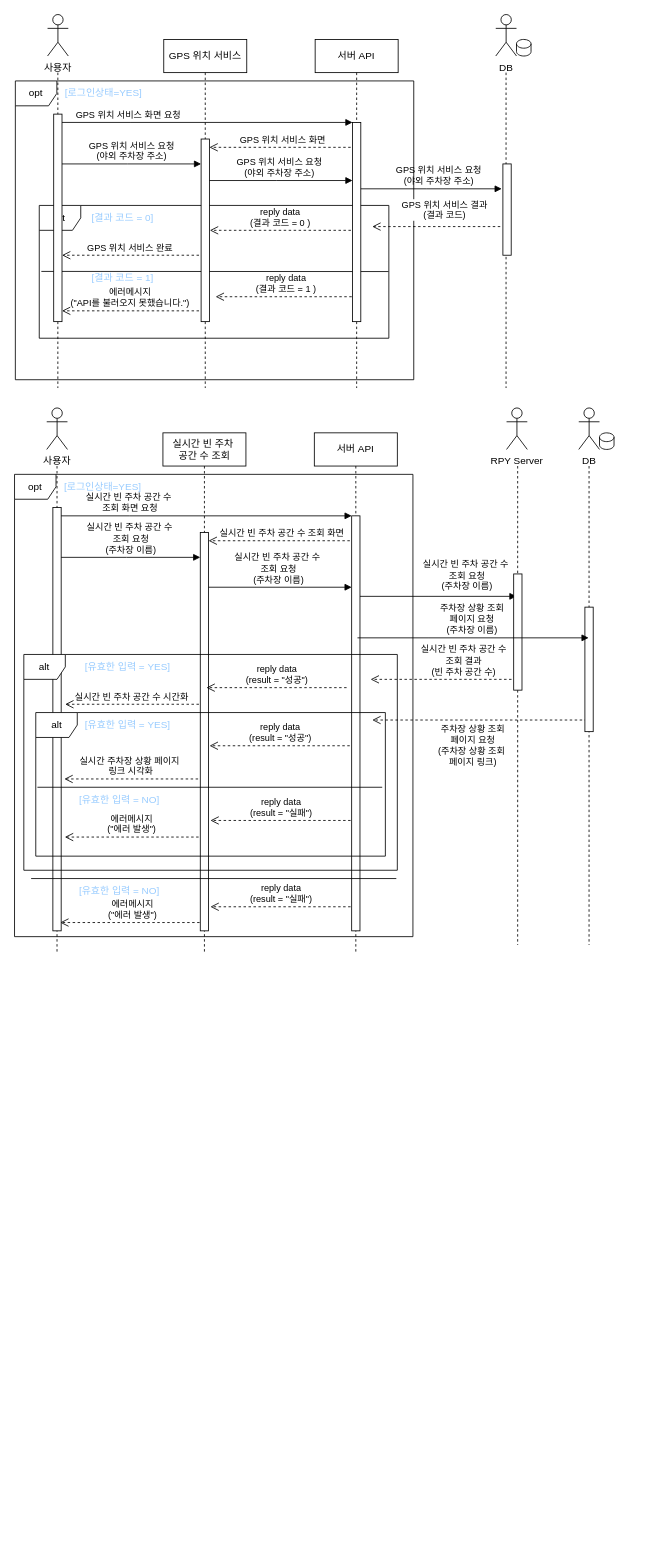
Earlier version of the draw.io diagram page "사용자 12, 13, 14" (1 of 4) of 시퀀스다이어그램 틀_opt.drawio (hyun10144/Lecture3-1). Source tidied: cells renumbered, new cells numbered last; positions are measured from the earlier drawing's top-left corner, leaving out a move shared by most shapes. Both pictures are drawn from the tidied source at 83%, with x=0, y=0 at pixel (14, 14).
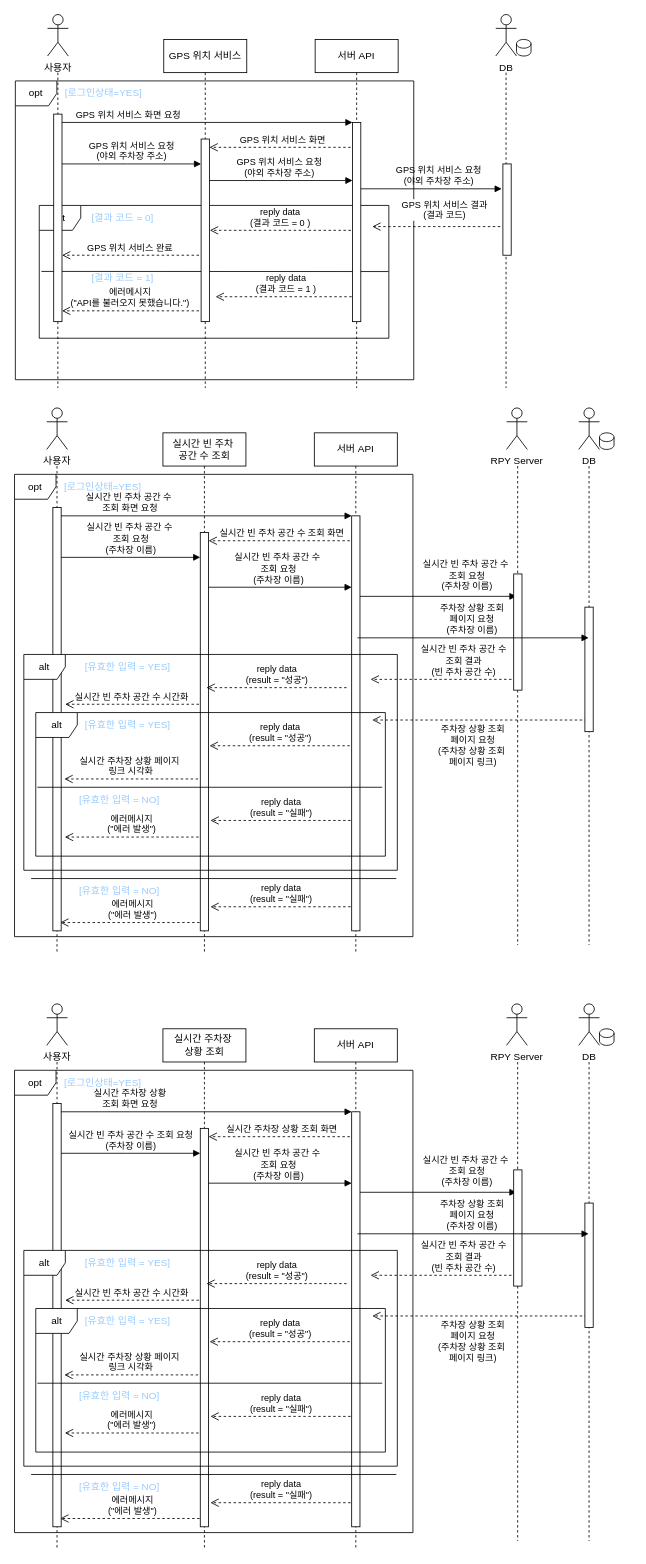
The same diagram, later.

Commit message (it also covers changes not shown here):
시퀀스다이어그램 틀_opt.drawio 업데이트

Change to the diagram source:
```diff
@@
+    <mxCell id="69" value="에러메시지&lt;div&gt;(&quot;에러 발생&quot;)&lt;/div&gt;" style="html=1;verticalAlign=bottom;endArrow=open;dashed=1;endSize=8;edgeStyle=elbowEdgeStyle;elbow=vertical;curved=0;rounded=0;entryX=0.498;entryY=0.932;entryDx=0;entryDy=0;entryPerimeter=0;" parent="1" edge="1">
+      <mxGeometry relative="1" as="geometry">
+        <mxPoint x="229" y="1812" as="sourcePoint" />
+        <mxPoint x="55" y="1812.1" as="targetPoint" />
+        <Array as="points">
+          <mxPoint x="154" y="1812" />
+        </Array>
+      </mxGeometry>
+    </mxCell>
+    <mxCell id="70" value="주차장 상황 조회&lt;div&gt;페이지 요청&lt;div&gt;(주차장 상황 조회&amp;nbsp;&lt;/div&gt;&lt;div&gt;페이지 링크)&lt;/div&gt;&lt;/div&gt;" style="html=1;verticalAlign=bottom;endArrow=open;dashed=1;endSize=8;edgeStyle=elbowEdgeStyle;elbow=vertical;curved=0;rounded=0;" parent="1" edge="1">
+      <mxGeometry x="0.09" y="60" relative="1" as="geometry">
+        <mxPoint x="695.9" y="1568" as="sourcePoint" />
+        <mxPoint x="431" y="1568" as="targetPoint" />
+        <Array as="points">
+          <mxPoint x="575.6" y="1568" />
+        </Array>
+      </mxGeometry>
+    </mxCell>
+    <mxCell id="71" value="실시간 빈 주차 공간 수&lt;div&gt;조회 결과&lt;br&gt;&lt;div&gt;&lt;div&gt;(빈 주차 공간 수)&lt;/div&gt;&lt;/div&gt;&lt;/div&gt;" style="html=1;verticalAlign=bottom;endArrow=open;dashed=1;endSize=8;edgeStyle=elbowEdgeStyle;elbow=vertical;curved=0;rounded=0;" parent="1" edge="1">
+      <mxGeometry x="-0.27" relative="1" as="geometry">
+        <mxPoint x="604.8" y="1519" as="sourcePoint" />
+        <mxPoint x="429" y="1519.5" as="targetPoint" />
+        <Array as="points">
+          <mxPoint x="508.2" y="1519" />
+        </Array>
+      </mxGeometry>
+    </mxCell>
+    <mxCell id="72" value="실시간 빈 주차 공간 수&amp;nbsp;&lt;div&gt;조회 요청&lt;/div&gt;&lt;div&gt;(주차장 이름)&lt;/div&gt;" style="html=1;verticalAlign=bottom;endArrow=block;edgeStyle=elbowEdgeStyle;elbow=horizontal;curved=0;rounded=0;" parent="1" edge="1">
+      <mxGeometry x="0.38" y="3" relative="1" as="geometry">
+        <mxPoint x="413.2" y="1419" as="sourcePoint" />
+        <mxPoint x="604.8" y="1419" as="targetPoint" />
+        <Array as="points">
+          <mxPoint x="498.2" y="1419" />
+        </Array>
+      </mxGeometry>
+    </mxCell>
+    <mxCell id="73" value="실시간 빈 주차 공간 수 조회 요청&lt;div&gt;(주차장 이름)&lt;br&gt;&lt;/div&gt;" style="html=1;verticalAlign=bottom;endArrow=block;edgeStyle=elbowEdgeStyle;elbow=vertical;curved=0;rounded=0;" parent="1" edge="1" target="81">
+      <mxGeometry x="0.04" relative="1" as="geometry">
+        <mxPoint x="50" y="1372" as="sourcePoint" />
+        <Array as="points">
+          <mxPoint x="135" y="1372" />
+        </Array>
+      </mxGeometry>
+    </mxCell>
+    <mxCell id="74" value="실시간 주차장 상황 조회 화면" style="html=1;verticalAlign=bottom;endArrow=open;dashed=1;endSize=8;edgeStyle=elbowEdgeStyle;elbow=vertical;curved=0;rounded=0;" parent="1" edge="1" target="81">
+      <mxGeometry relative="1" as="geometry">
+        <mxPoint x="410" y="1352" as="sourcePoint" />
+        <Array as="points">
+          <mxPoint x="335" y="1352" />
+        </Array>
+      </mxGeometry>
+    </mxCell>
+    <mxCell id="75" value="opt" style="shape=umlFrame;whiteSpace=wrap;html=1;width=50;height=30;" parent="1" vertex="1">
+      <mxGeometry y="1272" width="480" height="557" as="geometry" />
+    </mxCell>
+    <mxCell id="76" value="실시간 빈 주차 공간 수&amp;nbsp;&lt;div&gt;조회 요청&lt;/div&gt;&lt;div&gt;(주차장 이름)&lt;/div&gt;" style="html=1;verticalAlign=bottom;endArrow=block;edgeStyle=elbowEdgeStyle;elbow=horizontal;curved=0;rounded=0;" parent="75" edge="1">
+      <mxGeometry relative="1" as="geometry">
+        <mxPoint x="230" y="136" as="sourcePoint" />
+        <mxPoint x="406.2" y="136" as="targetPoint" />
+        <Array as="points">
+          <mxPoint x="315" y="136" />
+        </Array>
+      </mxGeometry>
+    </mxCell>
+    <mxCell id="77" value="&lt;font color=&quot;#99ccff&quot;&gt;[로그인상태=YES]&lt;/font&gt;" style="text;html=1;align=center;verticalAlign=middle;strokeColor=none;fillColor=none;" parent="75" vertex="1">
+      <mxGeometry x="46.2" width="120" height="30" as="geometry" />
+    </mxCell>
+    <mxCell id="78" value="실시간 주차장 상황&lt;div&gt;조회 화면 요청&lt;/div&gt;" style="html=1;verticalAlign=bottom;endArrow=block;edgeStyle=elbowEdgeStyle;elbow=vertical;curved=0;rounded=0;" parent="75" edge="1" target="86">
+      <mxGeometry x="-0.51" relative="1" as="geometry">
+        <mxPoint x="53.2" y="50" as="sourcePoint" />
+        <Array as="points">
+          <mxPoint x="138.2" y="50" />
+        </Array>
+      </mxGeometry>
+    </mxCell>
+    <mxCell id="79" value="&lt;span style=&quot;color: rgb(153, 204, 255);&quot;&gt;[유효한 입력 = NO]&lt;/span&gt;" style="text;html=1;align=center;verticalAlign=middle;strokeColor=none;fillColor=none;" parent="75" vertex="1">
+      <mxGeometry x="61" y="487" width="130" height="30" as="geometry" />
+    </mxCell>
+    <mxCell id="80" value="실시간 주차장&amp;nbsp;&lt;div&gt;상황 조회&lt;/div&gt;" style="shape=umlLifeline;perimeter=lifelinePerimeter;whiteSpace=wrap;html=1;newEdgeStyle={&quot;edgeStyle&quot;:&quot;elbowEdgeStyle&quot;,&quot;elbow&quot;:&quot;vertical&quot;,&quot;curved&quot;:0,&quot;rounded&quot;:0};" parent="1" vertex="1">
+      <mxGeometry x="178.8" y="1222" width="100" height="627" as="geometry" />
+    </mxCell>
+    <mxCell id="81" style="html=1;points=[];perimeter=orthogonalPerimeter;outlineConnect=0;targetShapes=umlLifeline;portConstraint=eastwest;newEdgeStyle={&quot;edgeStyle&quot;:&quot;elbowEdgeStyle&quot;,&quot;elbow&quot;:&quot;vertical&quot;,&quot;curved&quot;:0,&quot;rounded&quot;:0};" parent="80" vertex="1">
+      <mxGeometry x="45" y="120" width="10" height="480" as="geometry" />
+    </mxCell>
+    <mxCell id="82" value="사용자" style="shape=umlActor;verticalLabelPosition=bottom;verticalAlign=top;html=1;" parent="1" vertex="1">
+      <mxGeometry x="38.8" y="1192" width="25" height="50" as="geometry" />
+    </mxCell>
+    <mxCell id="83" style="shape=umlLifeline;perimeter=lifelinePerimeter;whiteSpace=wrap;html=1;newEdgeStyle={&quot;edgeStyle&quot;:&quot;elbowEdgeStyle&quot;,&quot;elbow&quot;:&quot;vertical&quot;,&quot;curved&quot;:0,&quot;rounded&quot;:0};size=0;" parent="1" vertex="1">
+      <mxGeometry x="1.2" y="1262" width="100" height="587" as="geometry" />
+    </mxCell>
+    <mxCell id="84" style="html=1;perimeter=orthogonalPerimeter;targetShapes=umlLifeline;newEdgeStyle={&quot;edgeStyle&quot;:&quot;elbowEdgeStyle&quot;,&quot;elbow&quot;:&quot;vertical&quot;,&quot;curved&quot;:0,&quot;rounded&quot;:0};" parent="83" vertex="1">
+      <mxGeometry x="45" y="50" width="10" height="510" as="geometry" />
+    </mxCell>
+    <mxCell id="85" value="서버 API" style="shape=umlLifeline;perimeter=lifelinePerimeter;whiteSpace=wrap;html=1;newEdgeStyle={&quot;edgeStyle&quot;:&quot;elbowEdgeStyle&quot;,&quot;elbow&quot;:&quot;vertical&quot;,&quot;curved&quot;:0,&quot;rounded&quot;:0};" parent="1" vertex="1">
+      <mxGeometry x="361.2" y="1222" width="100" height="627" as="geometry" />
+    </mxCell>
+    <mxCell id="86" style="html=1;points=[];perimeter=orthogonalPerimeter;outlineConnect=0;targetShapes=umlLifeline;portConstraint=eastwest;newEdgeStyle={&quot;edgeStyle&quot;:&quot;elbowEdgeStyle&quot;,&quot;elbow&quot;:&quot;vertical&quot;,&quot;curved&quot;:0,&quot;rounded&quot;:0};" parent="85" vertex="1">
+      <mxGeometry x="45" y="100" width="10" height="500" as="geometry" />
+    </mxCell>
+    <mxCell id="87" style="shape=umlLifeline;perimeter=lifelinePerimeter;whiteSpace=wrap;html=1;newEdgeStyle={&quot;edgeStyle&quot;:&quot;elbowEdgeStyle&quot;,&quot;elbow&quot;:&quot;vertical&quot;,&quot;curved&quot;:0,&quot;rounded&quot;:0};size=0;" parent="1" vertex="1">
+      <mxGeometry x="556.2" y="1262" width="100" height="577" as="geometry" />
+    </mxCell>
+    <mxCell id="88" style="html=1;perimeter=orthogonalPerimeter;targetShapes=umlLifeline;newEdgeStyle={&quot;edgeStyle&quot;:&quot;elbowEdgeStyle&quot;,&quot;elbow&quot;:&quot;vertical&quot;,&quot;curved&quot;:0,&quot;rounded&quot;:0};" parent="87" vertex="1">
+      <mxGeometry x="45.2" y="130" width="10" height="140" as="geometry" />
+    </mxCell>
+    <mxCell id="89" value="RPY Server" style="shape=umlActor;verticalLabelPosition=bottom;verticalAlign=top;html=1;" parent="1" vertex="1">
+      <mxGeometry x="592.8" y="1192" width="25" height="50" as="geometry" />
+    </mxCell>
+    <mxCell id="90" style="shape=umlLifeline;perimeter=lifelinePerimeter;whiteSpace=wrap;html=1;outlineConnect=0;portConstraint=eastwest;newEdgeStyle={&quot;edgeStyle&quot;:&quot;elbowEdgeStyle&quot;,&quot;elbow&quot;:&quot;vertical&quot;,&quot;curved&quot;:0,&quot;rounded&quot;:0};size=0;" parent="1" vertex="1">
+      <mxGeometry x="642.2" y="1262" width="100" height="577" as="geometry" />
+    </mxCell>
+    <mxCell id="91" style="html=1;perimeter=orthogonalPerimeter;targetShapes=umlLifeline;newEdgeStyle={&quot;edgeStyle&quot;:&quot;elbowEdgeStyle&quot;,&quot;elbow&quot;:&quot;vertical&quot;,&quot;curved&quot;:0,&quot;rounded&quot;:0};" parent="90" vertex="1">
+      <mxGeometry x="45" y="170" width="10" height="150" as="geometry" />
+    </mxCell>
+    <mxCell id="92" style="shape=cylinder3;whiteSpace=wrap;html=1;boundedLbl=1;backgroundOutline=1;size=5.277760823567782;" parent="1" vertex="1">
+      <mxGeometry x="704.8" y="1222" width="17.5" height="20" as="geometry" />
+    </mxCell>
+    <mxCell id="93" value="DB" style="shape=umlActor;verticalLabelPosition=bottom;verticalAlign=top;html=1;" parent="1" vertex="1">
+      <mxGeometry x="679.8" y="1192" width="25" height="50" as="geometry" />
+    </mxCell>
+    <mxCell id="94" value="주차장 상황 조회&lt;div&gt;페이지 요청&lt;div&gt;&lt;div&gt;(주차장 이름)&lt;/div&gt;&lt;/div&gt;&lt;/div&gt;" style="html=1;verticalAlign=bottom;endArrow=block;edgeStyle=elbowEdgeStyle;elbow=horizontal;curved=0;rounded=0;" parent="1" edge="1" target="90">
+      <mxGeometry x="-0.01" relative="1" as="geometry">
+        <mxPoint x="413.2" y="1469" as="sourcePoint" />
+        <Array as="points">
+          <mxPoint x="498.2" y="1469" />
+        </Array>
+      </mxGeometry>
+    </mxCell>
+    <mxCell id="95" style="endArrow=none;html=1;rounded=0;" parent="1" edge="1">
+      <mxGeometry relative="1" as="geometry">
+        <mxPoint x="20" y="1759" as="sourcePoint" />
+        <mxPoint x="460" y="1759" as="targetPoint" />
+      </mxGeometry>
+    </mxCell>
+    <mxCell id="96" value="alt" style="shape=umlFrame;whiteSpace=wrap;html=1;width=50;height=30;" parent="1" vertex="1">
+      <mxGeometry x="11.2" y="1489" width="450" height="260" as="geometry" />
+    </mxCell>
+    <mxCell id="97" value="실시간 빈 주차 공간 수 시간화" style="html=1;verticalAlign=bottom;endArrow=open;dashed=1;endSize=8;edgeStyle=elbowEdgeStyle;elbow=vertical;curved=0;rounded=0;" parent="96" edge="1">
+      <mxGeometry relative="1" as="geometry">
+        <mxPoint x="211" y="60" as="sourcePoint" />
+        <mxPoint x="49.8" y="60" as="targetPoint" />
+        <Array as="points">
+          <mxPoint x="136" y="60" />
+        </Array>
+      </mxGeometry>
+    </mxCell>
+    <mxCell id="98" value="&lt;font color=&quot;#99ccff&quot;&gt;[유효한 입력 = YES]&lt;/font&gt;" style="text;html=1;align=center;verticalAlign=middle;strokeColor=none;fillColor=none;" parent="96" vertex="1">
+      <mxGeometry x="59.8" width="130" height="30" as="geometry" />
+    </mxCell>
+    <mxCell id="99" value="reply data&lt;div&gt;(result = &quot;성공&quot;)&lt;/div&gt;" style="html=1;verticalAlign=bottom;endArrow=open;dashed=1;endSize=8;edgeStyle=elbowEdgeStyle;elbow=vertical;curved=0;rounded=0;" parent="96" edge="1">
+      <mxGeometry relative="1" as="geometry">
+        <mxPoint x="388.9" y="40" as="sourcePoint" />
+        <mxPoint x="220" y="40" as="targetPoint" />
+        <Array as="points">
+          <mxPoint x="313.9" y="40" />
+        </Array>
+      </mxGeometry>
+    </mxCell>
+    <mxCell id="100" value="alt" style="shape=umlFrame;whiteSpace=wrap;html=1;width=50;height=30;" parent="96" vertex="1">
+      <mxGeometry x="14.4" y="70" width="421.2" height="173" as="geometry" />
+    </mxCell>
+    <mxCell id="101" value="&lt;span style=&quot;color: rgb(153, 204, 255);&quot;&gt;[유효한 입력 = YES]&lt;/span&gt;" style="text;html=1;align=center;verticalAlign=middle;strokeColor=none;fillColor=none;" parent="100" vertex="1">
+      <mxGeometry x="45.4" width="130" height="30" as="geometry" />
+    </mxCell>
+    <mxCell id="102" value="reply data&lt;div&gt;(result = &quot;성공&quot;)&lt;/div&gt;" style="html=1;verticalAlign=bottom;endArrow=open;dashed=1;endSize=8;edgeStyle=elbowEdgeStyle;elbow=vertical;curved=0;rounded=0;" parent="100" edge="1">
+      <mxGeometry relative="1" as="geometry">
+        <mxPoint x="378.3" y="40" as="sourcePoint" />
+        <mxPoint x="209.4" y="40" as="targetPoint" />
+        <Array as="points">
+          <mxPoint x="303.3" y="40" />
+        </Array>
+      </mxGeometry>
+    </mxCell>
+    <mxCell id="103" value="에러메시지&lt;div&gt;(&quot;에러 발생&quot;)&lt;/div&gt;" style="html=1;verticalAlign=bottom;endArrow=open;dashed=1;endSize=8;edgeStyle=elbowEdgeStyle;elbow=vertical;curved=0;rounded=0;" parent="100" edge="1">
+      <mxGeometry relative="1" as="geometry">
+        <mxPoint x="196.2" y="150" as="sourcePoint" />
+        <mxPoint x="35" y="150" as="targetPoint" />
+        <Array as="points">
+          <mxPoint x="121.3" y="150" />
+        </Array>
+      </mxGeometry>
+    </mxCell>
+    <mxCell id="104" value="실시간 주차장 상황 페이지&amp;nbsp;&lt;div&gt;링크 시각화&lt;/div&gt;" style="html=1;verticalAlign=bottom;endArrow=open;dashed=1;endSize=8;edgeStyle=elbowEdgeStyle;elbow=vertical;curved=0;rounded=0;" parent="100" edge="1">
+      <mxGeometry relative="1" as="geometry">
+        <mxPoint x="195.6" y="80" as="sourcePoint" />
+        <mxPoint x="34.4" y="80" as="targetPoint" />
+        <Array as="points">
+          <mxPoint x="120.6" y="80" />
+        </Array>
+      </mxGeometry>
+    </mxCell>
+    <mxCell id="105" value="&lt;span style=&quot;color: rgb(153, 204, 255);&quot;&gt;[유효한 입력 = NO]&lt;/span&gt;" style="text;html=1;align=center;verticalAlign=middle;strokeColor=none;fillColor=none;" parent="100" vertex="1">
+      <mxGeometry x="35.4" y="90" width="130" height="30" as="geometry" />
+    </mxCell>
+    <mxCell id="106" value="reply data&lt;div&gt;(result = &quot;실패&quot;)&lt;/div&gt;" style="html=1;verticalAlign=bottom;endArrow=open;dashed=1;endSize=8;edgeStyle=elbowEdgeStyle;elbow=vertical;curved=0;rounded=0;" parent="100" edge="1">
+      <mxGeometry relative="1" as="geometry">
+        <mxPoint x="379.3" y="130" as="sourcePoint" />
+        <mxPoint x="210.4" y="130" as="targetPoint" />
+        <Array as="points">
+          <mxPoint x="304.3" y="130" />
+        </Array>
+      </mxGeometry>
+    </mxCell>
+    <mxCell id="107" value="reply data&lt;div&gt;(result = &quot;실패&quot;)&lt;/div&gt;" style="html=1;verticalAlign=bottom;endArrow=open;dashed=1;endSize=8;edgeStyle=elbowEdgeStyle;elbow=vertical;curved=0;rounded=0;" parent="1" edge="1">
+      <mxGeometry relative="1" as="geometry">
+        <mxPoint x="404.9" y="1793" as="sourcePoint" />
+        <mxPoint x="236" y="1793" as="targetPoint" />
+        <Array as="points">
+          <mxPoint x="329.9" y="1793" />
+        </Array>
+      </mxGeometry>
+    </mxCell>
+    <mxCell id="108" style="endArrow=none;html=1;rounded=0;" parent="1" edge="1">
+      <mxGeometry relative="1" as="geometry">
+        <mxPoint x="27.6" y="1649" as="sourcePoint" />
+        <mxPoint x="443" y="1649" as="targetPoint" />
+      </mxGeometry>
+    </mxCell>
```
